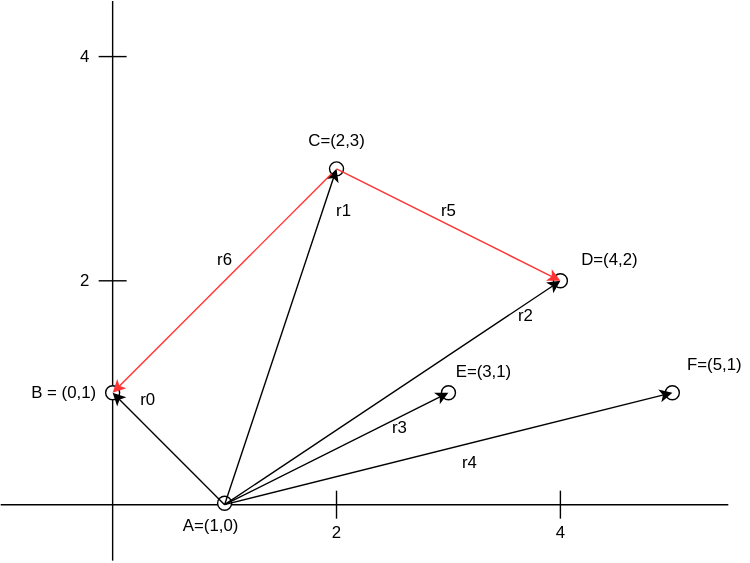
This is ch3/exercises/resources/question10.svg from BracketMaster/learn-haskell, a draw.io export, as it was before one commit. Source tidied: cells renumbered, new cells last; positions are measured from the earlier drawing's top-left corner, leaving out a move shared by most shapes. The source it was exported from:
```xml
<mxGraphModel>
  <root>
    <mxCell id="0" />
    <mxCell id="1" parent="0" />
    <mxCell id="2" style="endArrow=none;html=1;" parent="1" edge="1">
      <mxGeometry relative="1" as="geometry">
        <mxPoint y="360" as="sourcePoint" />
        <mxPoint x="520" y="360" as="targetPoint" />
      </mxGeometry>
    </mxCell>
    <mxCell id="3" style="endArrow=none;html=1;" parent="1" edge="1" source="27">
      <mxGeometry x="199" y="120" as="geometry">
        <mxPoint x="80" as="targetPoint" />
      </mxGeometry>
    </mxCell>
    <mxCell id="4" value="B = (0,1)" style="text;html=1;align=center;verticalAlign=middle;" parent="1" vertex="1">
      <mxGeometry x="15" y="270" width="60" height="20" as="geometry" />
    </mxCell>
    <mxCell id="5" style="ellipse;whiteSpace=wrap;html=1;" parent="1" vertex="1">
      <mxGeometry x="155" y="354" width="10" height="10" as="geometry" />
    </mxCell>
    <mxCell id="6" value="A=(1,0)" style="text;html=1;align=center;verticalAlign=middle;" parent="1" vertex="1">
      <mxGeometry x="120" y="365" width="60" height="20" as="geometry" />
    </mxCell>
    <mxCell id="7" style="endArrow=none;html=1;" parent="1" edge="1">
      <mxGeometry relative="1" as="geometry">
        <mxPoint x="240" y="370" as="sourcePoint" />
        <mxPoint x="240" y="350" as="targetPoint" />
      </mxGeometry>
    </mxCell>
    <mxCell id="8" style="endArrow=none;html=1;" parent="1" edge="1">
      <mxGeometry relative="1" as="geometry">
        <mxPoint x="400" y="370" as="sourcePoint" />
        <mxPoint x="400" y="350" as="targetPoint" />
      </mxGeometry>
    </mxCell>
    <mxCell id="9" value="2" style="text;html=1;align=center;verticalAlign=middle;" parent="1" vertex="1">
      <mxGeometry x="230" y="370" width="20" height="20" as="geometry" />
    </mxCell>
    <mxCell id="10" value="4" style="text;html=1;align=center;verticalAlign=middle;" parent="1" vertex="1">
      <mxGeometry x="390" y="370" width="20" height="20" as="geometry" />
    </mxCell>
    <mxCell id="11" style="endArrow=none;html=1;" parent="1" edge="1">
      <mxGeometry relative="1" as="geometry">
        <mxPoint x="90" y="200" as="sourcePoint" />
        <mxPoint x="70" y="200" as="targetPoint" />
      </mxGeometry>
    </mxCell>
    <mxCell id="12" style="endArrow=none;html=1;" parent="1" edge="1">
      <mxGeometry relative="1" as="geometry">
        <mxPoint x="90" y="39.8" as="sourcePoint" />
        <mxPoint x="70" y="39.8" as="targetPoint" />
      </mxGeometry>
    </mxCell>
    <mxCell id="13" value="2" style="text;html=1;align=center;verticalAlign=middle;" parent="1" vertex="1">
      <mxGeometry x="50" y="190" width="20" height="20" as="geometry" />
    </mxCell>
    <mxCell id="14" value="4" style="text;html=1;align=center;verticalAlign=middle;" parent="1" vertex="1">
      <mxGeometry x="50" y="30" width="20" height="20" as="geometry" />
    </mxCell>
    <mxCell id="15" style="ellipse;whiteSpace=wrap;html=1;" parent="1" vertex="1">
      <mxGeometry x="235" y="115" width="10" height="10" as="geometry" />
    </mxCell>
    <mxCell id="16" value="C=(2,3)" style="text;html=1;align=center;verticalAlign=middle;" parent="1" vertex="1">
      <mxGeometry x="210" y="90" width="60" height="20" as="geometry" />
    </mxCell>
    <mxCell id="17" style="ellipse;whiteSpace=wrap;html=1;" parent="1" vertex="1">
      <mxGeometry x="315" y="275" width="10" height="10" as="geometry" />
    </mxCell>
    <mxCell id="18" value="E=(3,1)" style="text;html=1;align=center;verticalAlign=middle;" parent="1" vertex="1">
      <mxGeometry x="315" y="255" width="60" height="20" as="geometry" />
    </mxCell>
    <mxCell id="19" style="ellipse;whiteSpace=wrap;html=1;" parent="1" vertex="1">
      <mxGeometry x="395" y="195" width="10" height="10" as="geometry" />
    </mxCell>
    <mxCell id="20" value="D=(4,2)" style="text;html=1;align=center;verticalAlign=middle;" parent="1" vertex="1">
      <mxGeometry x="405" y="175" width="60" height="20" as="geometry" />
    </mxCell>
    <mxCell id="21" style="ellipse;whiteSpace=wrap;html=1;" parent="1" vertex="1">
      <mxGeometry x="475" y="275" width="10" height="10" as="geometry" />
    </mxCell>
    <mxCell id="22" value="F=(5,1)" style="text;html=1;align=center;verticalAlign=middle;" parent="1" vertex="1">
      <mxGeometry x="485" y="250" width="50" height="20" as="geometry" />
    </mxCell>
    <mxCell id="23" style="endArrow=classic;html=1;" parent="1" edge="1">
      <mxGeometry relative="1" as="geometry">
        <mxPoint x="160" y="360" as="sourcePoint" />
        <mxPoint x="480" y="280" as="targetPoint" />
      </mxGeometry>
    </mxCell>
    <mxCell id="24" style="endArrow=classic;html=1;" parent="1" edge="1">
      <mxGeometry relative="1" as="geometry">
        <mxPoint x="160" y="360" as="sourcePoint" />
        <mxPoint x="400" y="200" as="targetPoint" />
      </mxGeometry>
    </mxCell>
    <mxCell id="25" style="endArrow=classic;html=1;" parent="1" edge="1">
      <mxGeometry relative="1" as="geometry">
        <mxPoint x="160" y="360" as="sourcePoint" />
        <mxPoint x="320" y="280" as="targetPoint" />
      </mxGeometry>
    </mxCell>
    <mxCell id="26" style="endArrow=classic;html=1;" parent="1" edge="1">
      <mxGeometry relative="1" as="geometry">
        <mxPoint x="160" y="360" as="sourcePoint" />
        <mxPoint x="240" y="120" as="targetPoint" />
      </mxGeometry>
    </mxCell>
    <mxCell id="27" style="ellipse;whiteSpace=wrap;html=1;" parent="1" vertex="1">
      <mxGeometry x="75" y="275" width="10" height="10" as="geometry" />
    </mxCell>
    <mxCell id="28" style="endArrow=none;html=1;" parent="1" edge="1" target="27">
      <mxGeometry x="199" y="120" as="geometry">
        <mxPoint x="80" y="400" as="sourcePoint" />
      </mxGeometry>
    </mxCell>
    <mxCell id="29" style="endArrow=classic;html=1;" parent="1" edge="1">
      <mxGeometry relative="1" as="geometry">
        <mxPoint x="160" y="360" as="sourcePoint" />
        <mxPoint x="80" y="280" as="targetPoint" />
      </mxGeometry>
    </mxCell>
    <mxCell id="30" value="r4" style="text;html=1;align=center;verticalAlign=middle;" parent="1" vertex="1">
      <mxGeometry x="320" y="320" width="30" height="20" as="geometry" />
    </mxCell>
    <mxCell id="31" value="r2" style="text;html=1;align=center;verticalAlign=middle;" parent="1" vertex="1">
      <mxGeometry x="360" y="215" width="30" height="20" as="geometry" />
    </mxCell>
    <mxCell id="32" value="r3" style="text;html=1;align=center;verticalAlign=middle;" parent="1" vertex="1">
      <mxGeometry x="270" y="295" width="30" height="20" as="geometry" />
    </mxCell>
    <mxCell id="33" value="r1" style="text;html=1;align=center;verticalAlign=middle;" parent="1" vertex="1">
      <mxGeometry x="230" y="140" width="30" height="20" as="geometry" />
    </mxCell>
    <mxCell id="34" value="r0" style="text;html=1;align=center;verticalAlign=middle;" parent="1" vertex="1">
      <mxGeometry x="90" y="275" width="30" height="20" as="geometry" />
    </mxCell>
    <mxCell id="35" style="endArrow=classic;html=1;strokeColor=#FF3333;" parent="1" edge="1">
      <mxGeometry relative="1" as="geometry">
        <mxPoint x="240" y="120" as="sourcePoint" />
        <mxPoint x="400" y="200" as="targetPoint" />
      </mxGeometry>
    </mxCell>
    <mxCell id="36" value="r5" style="text;html=1;align=center;verticalAlign=middle;" parent="1" vertex="1">
      <mxGeometry x="305" y="140" width="30" height="20" as="geometry" />
    </mxCell>
    <mxCell id="37" style="endArrow=classic;html=1;strokeColor=#FF3333;" parent="1" edge="1" source="15">
      <mxGeometry relative="1" as="geometry">
        <mxPoint x="80" y="280" as="targetPoint" />
      </mxGeometry>
    </mxCell>
    <mxCell id="38" value="r6" style="text;html=1;align=center;verticalAlign=middle;" parent="1" vertex="1">
      <mxGeometry x="145" y="175" width="30" height="20" as="geometry" />
    </mxCell>
  </root>
</mxGraphModel>
```
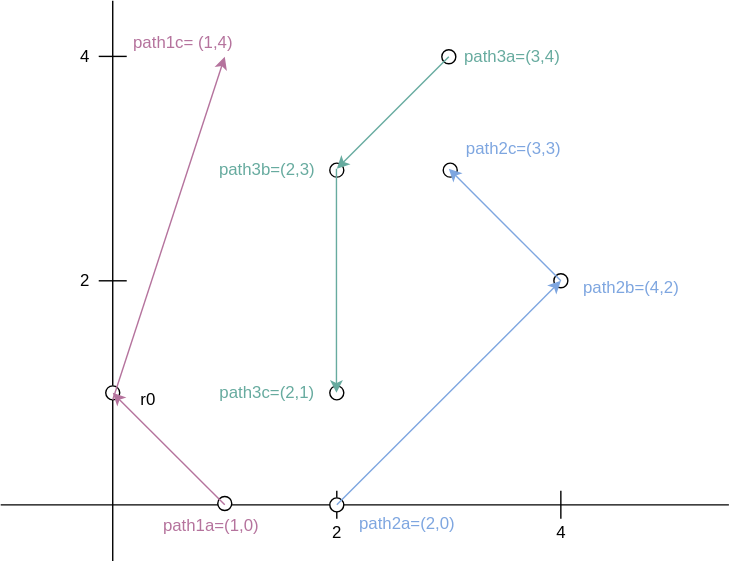
After the commit.

Commit message:
I'd say question 10 is done

Diff of the diagram source:
```diff
@@ -2,155 +2,148 @@
   <root>
     <mxCell id="0" />
     <mxCell id="1" parent="0" />
-    <mxCell id="2" style="endArrow=none;html=1;" parent="1" edge="1">
-      <mxGeometry relative="1" as="geometry">
-        <mxPoint y="360" as="sourcePoint" />
-        <mxPoint x="520" y="360" as="targetPoint" />
-      </mxGeometry>
+    <mxCell id="2" style="ellipse;whiteSpace=wrap;html=1;" parent="1" vertex="1">
+      <mxGeometry x="316" y="116" width="10" height="10" as="geometry" />
     </mxCell>
-    <mxCell id="3" style="endArrow=none;html=1;" parent="1" edge="1" source="27">
-      <mxGeometry x="199" y="120" as="geometry">
-        <mxPoint x="80" as="targetPoint" />
-      </mxGeometry>
+    <mxCell id="3" style="ellipse;whiteSpace=wrap;html=1;" parent="1" vertex="1">
+      <mxGeometry x="395" y="195" width="10" height="10" as="geometry" />
     </mxCell>
-    <mxCell id="4" value="B = (0,1)" style="text;html=1;align=center;verticalAlign=middle;" parent="1" vertex="1">
-      <mxGeometry x="15" y="270" width="60" height="20" as="geometry" />
+    <mxCell id="4" style="endArrow=none;html=1;" parent="1" edge="1">
+      <mxGeometry relative="1" as="geometry">
+        <mxPoint y="360" as="sourcePoint" />
+        <mxPoint x="520" y="360" as="targetPoint" />
+      </mxGeometry>
     </mxCell>
-    <mxCell id="5" style="ellipse;whiteSpace=wrap;html=1;" parent="1" vertex="1">
-      <mxGeometry x="155" y="354" width="10" height="10" as="geometry" />
+    <mxCell id="5" style="endArrow=none;html=1;" parent="1" edge="1" source="17">
+      <mxGeometry x="199" y="120" as="geometry">
+        <mxPoint x="80" as="targetPoint" />
+      </mxGeometry>
     </mxCell>
-    <mxCell id="6" value="A=(1,0)" style="text;html=1;align=center;verticalAlign=middle;" parent="1" vertex="1">
-      <mxGeometry x="120" y="365" width="60" height="20" as="geometry" />
+    <mxCell id="6" style="ellipse;whiteSpace=wrap;html=1;" parent="1" vertex="1">
+      <mxGeometry x="155" y="354" width="10" height="10" as="geometry" />
     </mxCell>
-    <mxCell id="7" style="endArrow=none;html=1;" parent="1" edge="1">
-      <mxGeometry relative="1" as="geometry">
-        <mxPoint x="240" y="370" as="sourcePoint" />
-        <mxPoint x="240" y="350" as="targetPoint" />
-      </mxGeometry>
+    <mxCell id="7" value="path1a=(1,0)" style="text;html=1;align=center;verticalAlign=middle;fontColor=#B5739D;" parent="1" vertex="1">
+      <mxGeometry x="110" y="365" width="80" height="20" as="geometry" />
     </mxCell>
-    <mxCell id="8" style="endArrow=none;html=1;" parent="1" edge="1">
+    <mxCell id="8" style="endArrow=none;html=1;" parent="1" edge="1" source="23">
       <mxGeometry relative="1" as="geometry">
-        <mxPoint x="400" y="370" as="sourcePoint" />
-        <mxPoint x="400" y="350" as="targetPoint" />
+        <mxPoint x="240" y="350" as="targetPoint" />
       </mxGeometry>
     </mxCell>
-    <mxCell id="9" value="2" style="text;html=1;align=center;verticalAlign=middle;" parent="1" vertex="1">
-      <mxGeometry x="230" y="370" width="20" height="20" as="geometry" />
+    <mxCell id="9" style="endArrow=none;html=1;" parent="1" edge="1">
+      <mxGeometry relative="1" as="geometry">
+        <mxPoint x="400" y="370" as="sourcePoint" />
+        <mxPoint x="400" y="350" as="targetPoint" />
+      </mxGeometry>
     </mxCell>
-    <mxCell id="10" value="4" style="text;html=1;align=center;verticalAlign=middle;" parent="1" vertex="1">
-      <mxGeometry x="390" y="370" width="20" height="20" as="geometry" />
+    <mxCell id="10" value="2" style="text;html=1;align=center;verticalAlign=middle;" parent="1" vertex="1">
+      <mxGeometry x="230" y="370" width="20" height="20" as="geometry" />
     </mxCell>
-    <mxCell id="11" style="endArrow=none;html=1;" parent="1" edge="1">
-      <mxGeometry relative="1" as="geometry">
-        <mxPoint x="90" y="200" as="sourcePoint" />
-        <mxPoint x="70" y="200" as="targetPoint" />
-      </mxGeometry>
+    <mxCell id="11" value="4" style="text;html=1;align=center;verticalAlign=middle;" parent="1" vertex="1">
+      <mxGeometry x="390" y="370" width="20" height="20" as="geometry" />
     </mxCell>
     <mxCell id="12" style="endArrow=none;html=1;" parent="1" edge="1">
       <mxGeometry relative="1" as="geometry">
-        <mxPoint x="90" y="39.8" as="sourcePoint" />
-        <mxPoint x="70" y="39.8" as="targetPoint" />
+        <mxPoint x="90" y="200" as="sourcePoint" />
+        <mxPoint x="70" y="200" as="targetPoint" />
       </mxGeometry>
     </mxCell>
-    <mxCell id="13" value="2" style="text;html=1;align=center;verticalAlign=middle;" parent="1" vertex="1">
-      <mxGeometry x="50" y="190" width="20" height="20" as="geometry" />
+    <mxCell id="13" style="endArrow=none;html=1;" parent="1" edge="1">
+      <mxGeometry relative="1" as="geometry">
+        <mxPoint x="90" y="39.8" as="sourcePoint" />
+        <mxPoint x="70" y="39.8" as="targetPoint" />
+      </mxGeometry>
     </mxCell>
-    <mxCell id="14" value="4" style="text;html=1;align=center;verticalAlign=middle;" parent="1" vertex="1">
-      <mxGeometry x="50" y="30" width="20" height="20" as="geometry" />
+    <mxCell id="14" value="2" style="text;html=1;align=center;verticalAlign=middle;" parent="1" vertex="1">
+      <mxGeometry x="50" y="190" width="20" height="20" as="geometry" />
     </mxCell>
-    <mxCell id="15" style="ellipse;whiteSpace=wrap;html=1;" parent="1" vertex="1">
-      <mxGeometry x="235" y="115" width="10" height="10" as="geometry" />
+    <mxCell id="15" value="4" style="text;html=1;align=center;verticalAlign=middle;points=[];" parent="1" vertex="1">
+      <mxGeometry x="50" y="30" width="20" height="20" as="geometry" />
     </mxCell>
-    <mxCell id="16" value="C=(2,3)" style="text;html=1;align=center;verticalAlign=middle;" parent="1" vertex="1">
-      <mxGeometry x="210" y="90" width="60" height="20" as="geometry" />
+    <mxCell id="16" style="endArrow=classic;html=1;strokeColor=#7EA6E0;" parent="1" edge="1">
+      <mxGeometry relative="1" as="geometry">
+        <mxPoint x="400" y="200" as="sourcePoint" />
+        <mxPoint x="320" y="120" as="targetPoint" />
+      </mxGeometry>
     </mxCell>
     <mxCell id="17" style="ellipse;whiteSpace=wrap;html=1;" parent="1" vertex="1">
-      <mxGeometry x="315" y="275" width="10" height="10" as="geometry" />
+      <mxGeometry x="75" y="275" width="10" height="10" as="geometry" />
     </mxCell>
-    <mxCell id="18" value="E=(3,1)" style="text;html=1;align=center;verticalAlign=middle;" parent="1" vertex="1">
-      <mxGeometry x="315" y="255" width="60" height="20" as="geometry" />
+    <mxCell id="18" style="endArrow=none;html=1;" parent="1" edge="1" target="17">
+      <mxGeometry x="199" y="120" as="geometry">
+        <mxPoint x="80" y="400" as="sourcePoint" />
+      </mxGeometry>
     </mxCell>
-    <mxCell id="19" style="ellipse;whiteSpace=wrap;html=1;" parent="1" vertex="1">
-      <mxGeometry x="395" y="195" width="10" height="10" as="geometry" />
+    <mxCell id="19" style="endArrow=classic;html=1;strokeColor=#B5739D;" parent="1" edge="1">
+      <mxGeometry relative="1" as="geometry">
+        <mxPoint x="160" y="360" as="sourcePoint" />
+        <mxPoint x="80" y="280" as="targetPoint" />
+      </mxGeometry>
     </mxCell>
-    <mxCell id="20" value="D=(4,2)" style="text;html=1;align=center;verticalAlign=middle;" parent="1" vertex="1">
-      <mxGeometry x="405" y="175" width="60" height="20" as="geometry" />
+    <mxCell id="20" value="r0" style="text;html=1;align=center;verticalAlign=middle;" parent="1" vertex="1">
+      <mxGeometry x="90" y="275" width="30" height="20" as="geometry" />
     </mxCell>
-    <mxCell id="21" style="ellipse;whiteSpace=wrap;html=1;" parent="1" vertex="1">
-      <mxGeometry x="475" y="275" width="10" height="10" as="geometry" />
+    <mxCell id="21" style="endArrow=classic;html=1;strokeColor=#B5739D;" parent="1" edge="1">
+      <mxGeometry relative="1" as="geometry">
+        <mxPoint x="80" y="285" as="sourcePoint" />
+        <mxPoint x="160" y="40" as="targetPoint" />
+      </mxGeometry>
     </mxCell>
-    <mxCell id="22" value="F=(5,1)" style="text;html=1;align=center;verticalAlign=middle;" parent="1" vertex="1">
-      <mxGeometry x="485" y="250" width="50" height="20" as="geometry" />
+    <mxCell id="22" value="path1c= (1,4)" style="text;html=1;align=center;verticalAlign=middle;fontColor=#B5739D;" parent="1" vertex="1">
+      <mxGeometry x="85" y="20" width="90" height="20" as="geometry" />
     </mxCell>
-    <mxCell id="23" style="endArrow=classic;html=1;" parent="1" edge="1">
-      <mxGeometry relative="1" as="geometry">
-        <mxPoint x="160" y="360" as="sourcePoint" />
-        <mxPoint x="480" y="280" as="targetPoint" />
-      </mxGeometry>
+    <mxCell id="23" style="ellipse;whiteSpace=wrap;html=1;" parent="1" vertex="1">
+      <mxGeometry x="235" y="355" width="10" height="10" as="geometry" />
     </mxCell>
-    <mxCell id="24" style="endArrow=classic;html=1;" parent="1" edge="1">
+    <mxCell id="24" style="endArrow=none;html=1;" parent="1" edge="1" target="23">
       <mxGeometry relative="1" as="geometry">
-        <mxPoint x="160" y="360" as="sourcePoint" />
-        <mxPoint x="400" y="200" as="targetPoint" />
+        <mxPoint x="240" y="370" as="sourcePoint" />
       </mxGeometry>
     </mxCell>
-    <mxCell id="25" style="endArrow=classic;html=1;" parent="1" edge="1">
+    <mxCell id="25" style="endArrow=classic;html=1;strokeColor=#7EA6E0;" parent="1" edge="1">
       <mxGeometry relative="1" as="geometry">
-        <mxPoint x="160" y="360" as="sourcePoint" />
-        <mxPoint x="320" y="280" as="targetPoint" />
+        <mxPoint x="240" y="360" as="sourcePoint" />
+        <mxPoint x="400" y="200" as="targetPoint" />
       </mxGeometry>
     </mxCell>
-    <mxCell id="26" style="endArrow=classic;html=1;" parent="1" edge="1">
-      <mxGeometry relative="1" as="geometry">
-        <mxPoint x="160" y="360" as="sourcePoint" />
-        <mxPoint x="240" y="120" as="targetPoint" />
-      </mxGeometry>
+    <mxCell id="26" value="path2a=(2,0)" style="text;html=1;align=center;verticalAlign=middle;fontColor=#7EA6E0;" parent="1" vertex="1">
+      <mxGeometry x="250" y="364" width="80" height="20" as="geometry" />
     </mxCell>
-    <mxCell id="27" style="ellipse;whiteSpace=wrap;html=1;" parent="1" vertex="1">
-      <mxGeometry x="75" y="275" width="10" height="10" as="geometry" />
+    <mxCell id="27" value="path2b=(4,2)" style="text;html=1;align=center;verticalAlign=middle;points=[];fontColor=#7EA6E0;" parent="1" vertex="1">
+      <mxGeometry x="410" y="195" width="80" height="20" as="geometry" />
     </mxCell>
-    <mxCell id="28" style="endArrow=none;html=1;" parent="1" edge="1" target="27">
-      <mxGeometry x="199" y="120" as="geometry">
-        <mxPoint x="80" y="400" as="sourcePoint" />
-      </mxGeometry>
+    <mxCell id="28" value="path2c=(3,3)" style="text;html=1;align=center;verticalAlign=middle;fontColor=#7EA6E0;" parent="1" vertex="1">
+      <mxGeometry x="326" y="96" width="80" height="20" as="geometry" />
     </mxCell>
-    <mxCell id="29" style="endArrow=classic;html=1;" parent="1" edge="1">
-      <mxGeometry relative="1" as="geometry">
-        <mxPoint x="160" y="360" as="sourcePoint" />
-        <mxPoint x="80" y="280" as="targetPoint" />
-      </mxGeometry>
+    <mxCell id="29" value="&lt;font color=&quot;#67ab9f&quot;&gt;path3a=(3,4)&lt;/font&gt;" style="text;html=1;align=center;verticalAlign=middle;fontColor=#7EA6E0;" parent="1" vertex="1">
+      <mxGeometry x="325" y="30" width="80" height="20" as="geometry" />
     </mxCell>
-    <mxCell id="30" value="r4" style="text;html=1;align=center;verticalAlign=middle;" parent="1" vertex="1">
-      <mxGeometry x="320" y="320" width="30" height="20" as="geometry" />
+    <mxCell id="30" value="&lt;font color=&quot;#67ab9f&quot;&gt;path3b=(2,3)&lt;/font&gt;" style="text;html=1;align=center;verticalAlign=middle;fontColor=#7EA6E0;" parent="1" vertex="1">
+      <mxGeometry x="150" y="111" width="80" height="20" as="geometry" />
     </mxCell>
-    <mxCell id="31" value="r2" style="text;html=1;align=center;verticalAlign=middle;" parent="1" vertex="1">
-      <mxGeometry x="360" y="215" width="30" height="20" as="geometry" />
+    <mxCell id="31" value="&lt;font color=&quot;#67ab9f&quot;&gt;path3c=(2,1)&lt;/font&gt;" style="text;html=1;align=center;verticalAlign=middle;fontColor=#7EA6E0;" parent="1" vertex="1">
+      <mxGeometry x="150" y="270" width="80" height="20" as="geometry" />
     </mxCell>
-    <mxCell id="32" value="r3" style="text;html=1;align=center;verticalAlign=middle;" parent="1" vertex="1">
-      <mxGeometry x="270" y="295" width="30" height="20" as="geometry" />
+    <mxCell id="32" style="ellipse;whiteSpace=wrap;html=1;" parent="1" vertex="1">
+      <mxGeometry x="315" y="35" width="10" height="10" as="geometry" />
     </mxCell>
-    <mxCell id="33" value="r1" style="text;html=1;align=center;verticalAlign=middle;" parent="1" vertex="1">
-      <mxGeometry x="230" y="140" width="30" height="20" as="geometry" />
+    <mxCell id="33" style="ellipse;whiteSpace=wrap;html=1;" parent="1" vertex="1">
+      <mxGeometry x="235" y="116" width="10" height="10" as="geometry" />
     </mxCell>
-    <mxCell id="34" value="r0" style="text;html=1;align=center;verticalAlign=middle;" parent="1" vertex="1">
-      <mxGeometry x="90" y="275" width="30" height="20" as="geometry" />
+    <mxCell id="34" style="ellipse;whiteSpace=wrap;html=1;" parent="1" vertex="1">
+      <mxGeometry x="235" y="275" width="10" height="10" as="geometry" />
     </mxCell>
-    <mxCell id="35" style="endArrow=classic;html=1;strokeColor=#FF3333;" parent="1" edge="1">
-      <mxGeometry relative="1" as="geometry">
-        <mxPoint x="240" y="120" as="sourcePoint" />
-        <mxPoint x="400" y="200" as="targetPoint" />
+    <mxCell id="35" style="endArrow=classic;html=1;fontColor=#7EA6E0;strokeColor=#67AB9F;" parent="1" edge="1">
+      <mxGeometry x="435" y="315" as="geometry">
+        <mxPoint x="320" y="40" as="sourcePoint" />
+        <mxPoint x="240" y="120" as="targetPoint" />
       </mxGeometry>
     </mxCell>
-    <mxCell id="36" value="r5" style="text;html=1;align=center;verticalAlign=middle;" parent="1" vertex="1">
-      <mxGeometry x="305" y="140" width="30" height="20" as="geometry" />
+    <mxCell id="36" style="endArrow=classic;html=1;fontColor=#7EA6E0;strokeColor=#67AB9F;" parent="1" edge="1">
+      <mxGeometry x="435" y="315" as="geometry">
+        <mxPoint x="239.8" y="120" as="sourcePoint" />
+        <mxPoint x="239.8" y="280" as="targetPoint" />
+      </mxGeometry>
     </mxCell>
-    <mxCell id="37" style="endArrow=classic;html=1;strokeColor=#FF3333;" parent="1" edge="1" source="15">
-      <mxGeometry relative="1" as="geometry">
-        <mxPoint x="80" y="280" as="targetPoint" />
-      </mxGeometry>
-    </mxCell>
-    <mxCell id="38" value="r6" style="text;html=1;align=center;verticalAlign=middle;" parent="1" vertex="1">
-      <mxGeometry x="145" y="175" width="30" height="20" as="geometry" />
-    </mxCell>
   </root>
 </mxGraphModel>
```
